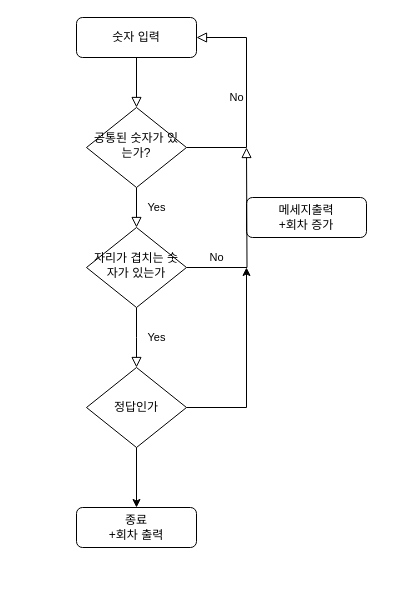
gyuwhi-park/Q keeps this draw.io diagram as 숫자야구.drawio. Above is the earlier version. Source tidied: cells renumbered, new cells numbered last; positions are measured from the earlier drawing's top-left corner, leaving out a move shared by most shapes. Both pictures are drawn from the tidied source at 100%, with x=0, y=0 at pixel (76, 17).
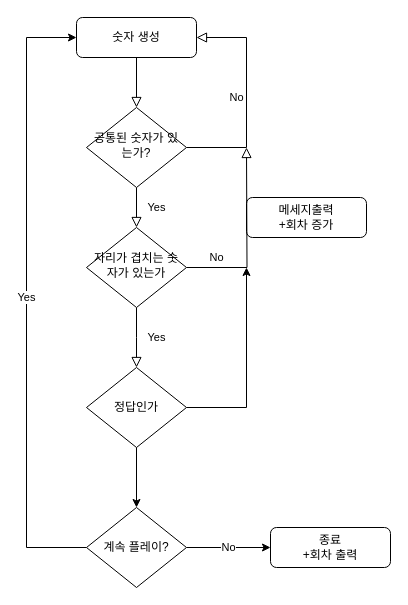
Above is the later version.

Diff of the diagram source:
```diff
@@
-    <mxCell id="3" value="숫자 입력" style="rounded=1;whiteSpace=wrap;html=1;fontSize=12;glass=0;strokeWidth=1;shadow=0;" parent="1" vertex="1">
+    <mxCell id="3" value="숫자 생성" style="rounded=1;whiteSpace=wrap;html=1;fontSize=12;glass=0;strokeWidth=1;shadow=0;" parent="1" vertex="1">
       <mxGeometry width="120" height="40" as="geometry" />
     </mxCell>
@@
     <mxCell id="13" value="종료&lt;br&gt;+회차 출력" style="rounded=1;whiteSpace=wrap;html=1;fontSize=12;glass=0;strokeWidth=1;shadow=0;" parent="1" vertex="1">
-      <mxGeometry y="490" width="120" height="40" as="geometry" />
+      <mxGeometry x="194" y="510" width="120" height="40" as="geometry" />
     </mxCell>
@@
+    <mxCell id="15" value="No" style="edgeStyle=orthogonalEdgeStyle;rounded=0;jettySize=auto;html=1;" parent="1" edge="1" source="17" target="13">
+      <mxGeometry relative="1" as="geometry" />
+    </mxCell>
+    <mxCell id="16" value="Yes" style="edgeStyle=orthogonalEdgeStyle;rounded=0;jettySize=auto;html=1;entryX=0;entryY=0.5;entryDx=0;entryDy=0;" parent="1" edge="1" source="17" target="3">
+      <mxGeometry relative="1" as="geometry">
+        <Array as="points">
+          <mxPoint x="-50" y="530" />
+          <mxPoint x="-50" y="20" />
+        </Array>
+      </mxGeometry>
+    </mxCell>
+    <mxCell id="17" value="계속 플레이?" style="rhombus;whiteSpace=wrap;html=1;" parent="1" vertex="1">
+      <mxGeometry x="10" y="490" width="100" height="80" as="geometry" />
+    </mxCell>
```
